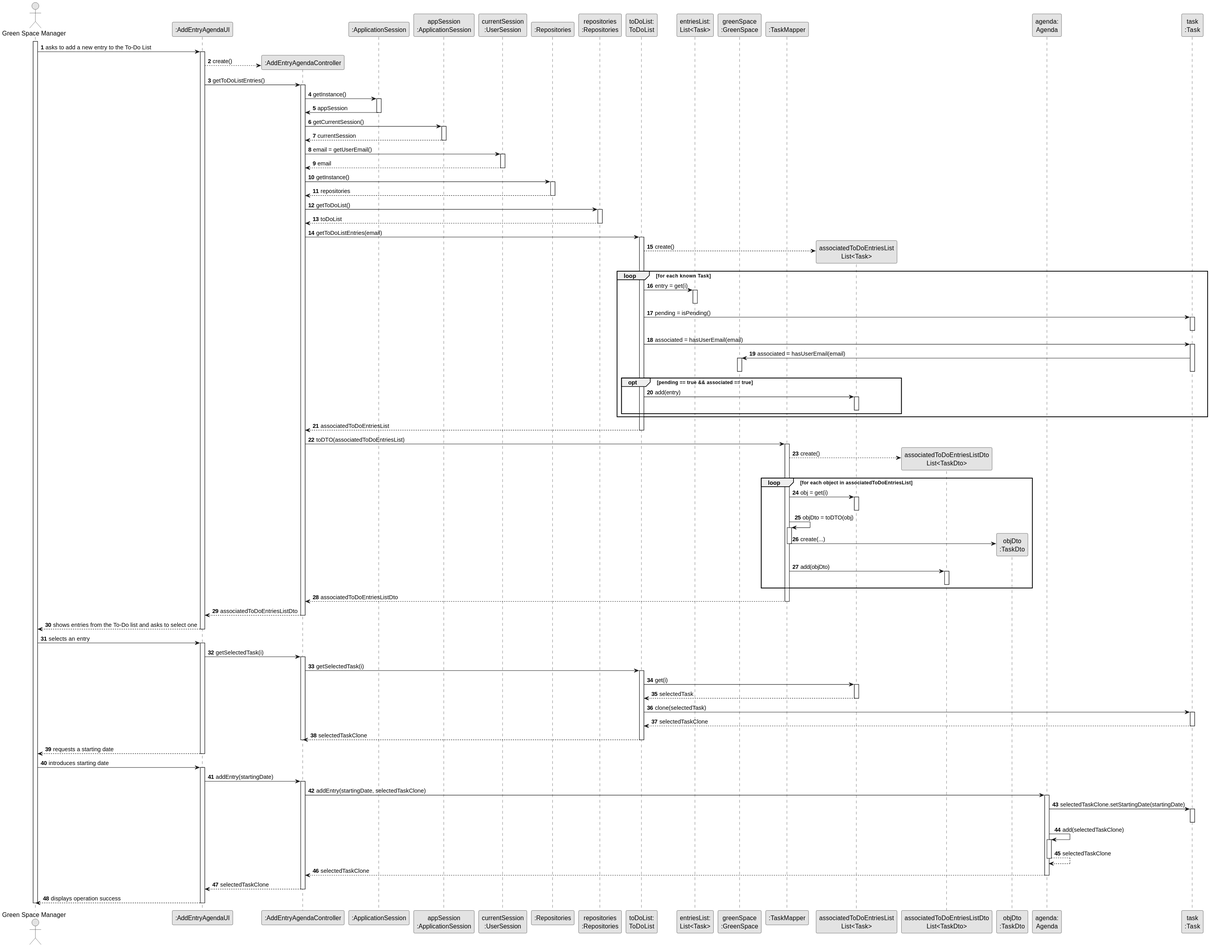
This is docs/sprintC/us022/03.design/svg/us022-sequence-diagram-full.svg from Departamento-de-Engenharia-Informatica/lei-24-s2-1dm-g132, a PlantUML export, as it was before one commit.
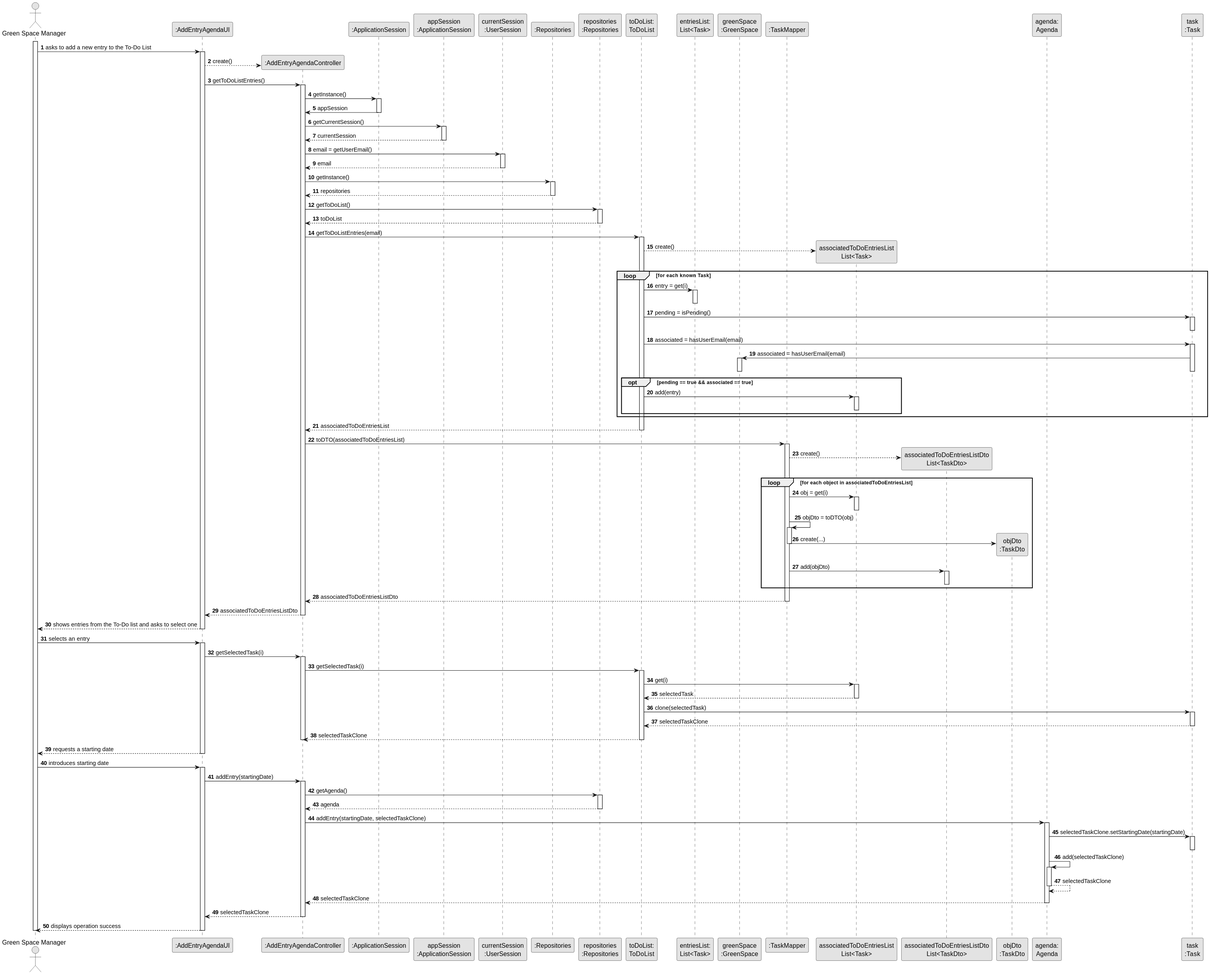
Later version of the same file.

Commit message:
US22 class diagram done

Change to the diagram source:
```diff
@@ -166,6 +166,12 @@
             UI -> CTRL : addEntry(startingDate)
             activate CTRL
 
+                CTRL -> PLAT : getAgenda()
+                activate PLAT
+
+                    PLAT --> CTRL : agenda
+                deactivate PLAT
+
                 CTRL -> Agenda : addEntry(startingDate, selectedTaskClone)
                 activate Agenda
 
```
